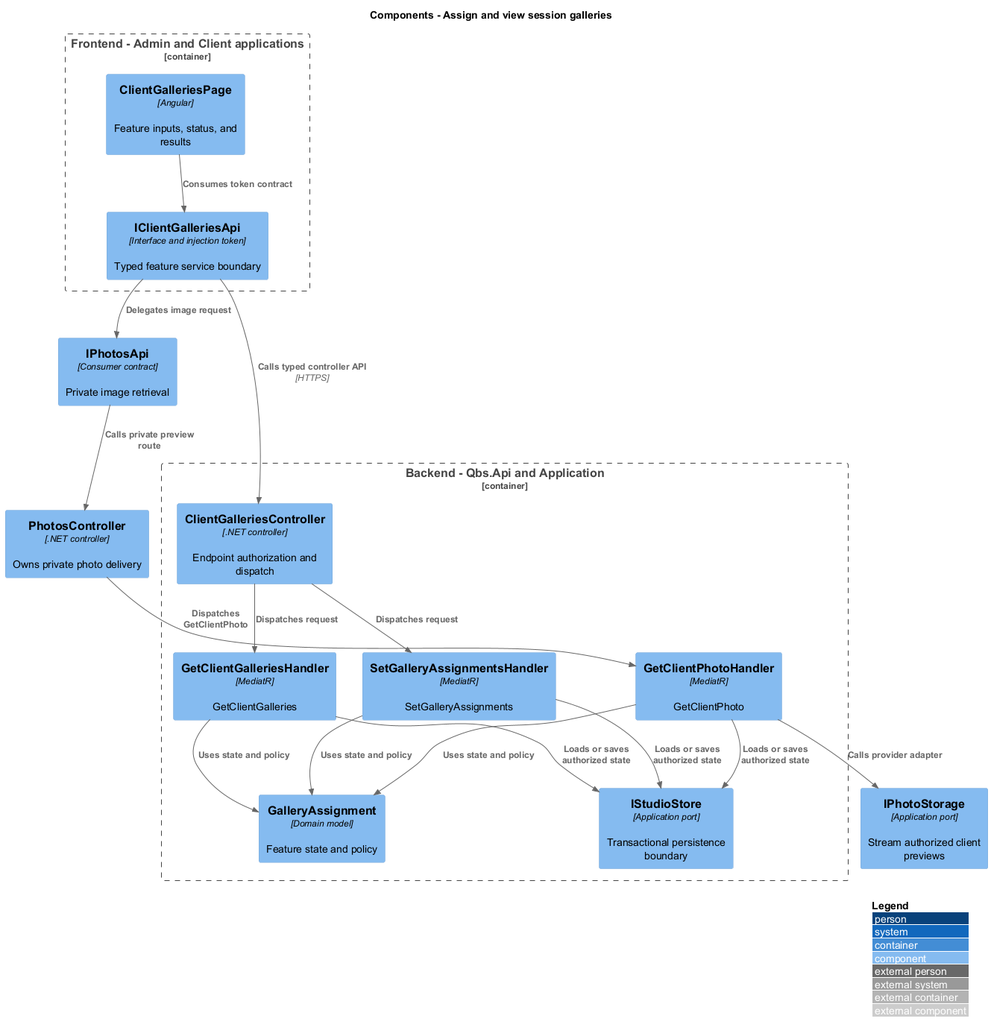
QuinntyneBrown/quinntyne-brown-studio keeps this PlantUML diagram as docs/detailed-designs/client-access/assign-and-view-session-galleries/diagrams/c4-component.png. Above is the earlier version.
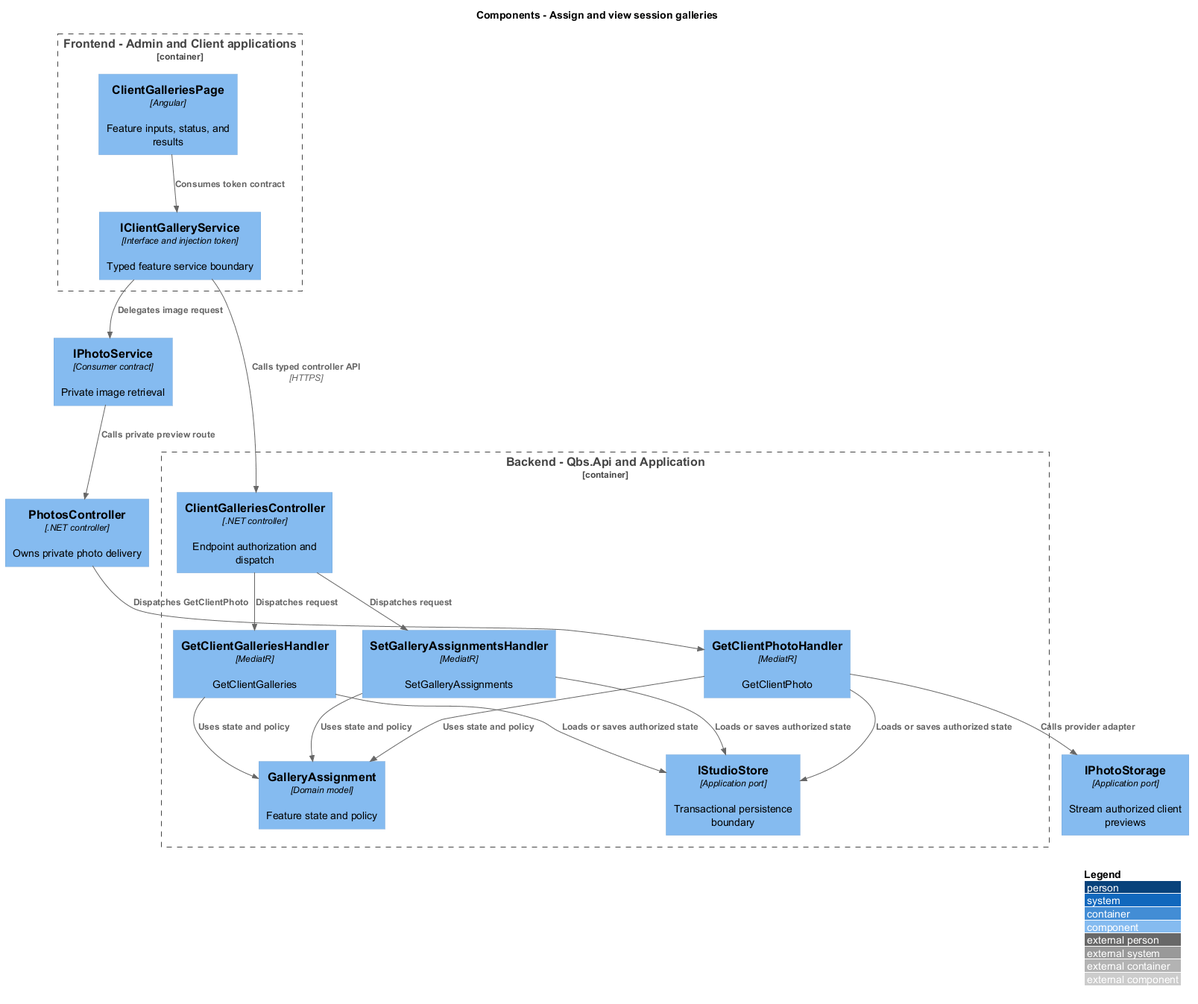
After the change.

What changed in the source:
```diff
@@ -4,7 +4,7 @@
 title Components - Assign and view session galleries
 Container_Boundary(frontend, "Frontend - Admin and Client applications") {
  Component(page, "ClientGalleriesPage", "Angular", "Feature inputs, status, and results")
- Component(client, "IClientGalleriesApi", "Interface and injection token", "Typed feature service boundary")
+ Component(client, "IClientGalleryService", "Interface and injection token", "Typed feature service boundary")
 }
 Container_Boundary(api, "Backend - Qbs.Api and Application") {
  Component(ctrl, "ClientGalleriesController", ".NET controller", "Endpoint authorization and dispatch")
@@ -23,7 +23,7 @@
 Rel(handler1, entity, "Uses state and policy")
 Rel(handler1, store, "Loads or saves authorized state")
 Component(photoCtrl, "PhotosController", ".NET controller", "Owns private photo delivery")
-Component(photoClient, "IPhotosApi", "Consumer contract", "Private image retrieval")
+Component(photoClient, "IPhotoService", "Consumer contract", "Private image retrieval")
 Rel(client, photoClient, "Delegates image request")
 Rel(photoClient, photoCtrl, "Calls private preview route")
 Rel(photoCtrl, handler2, "Dispatches GetClientPhoto")
```
